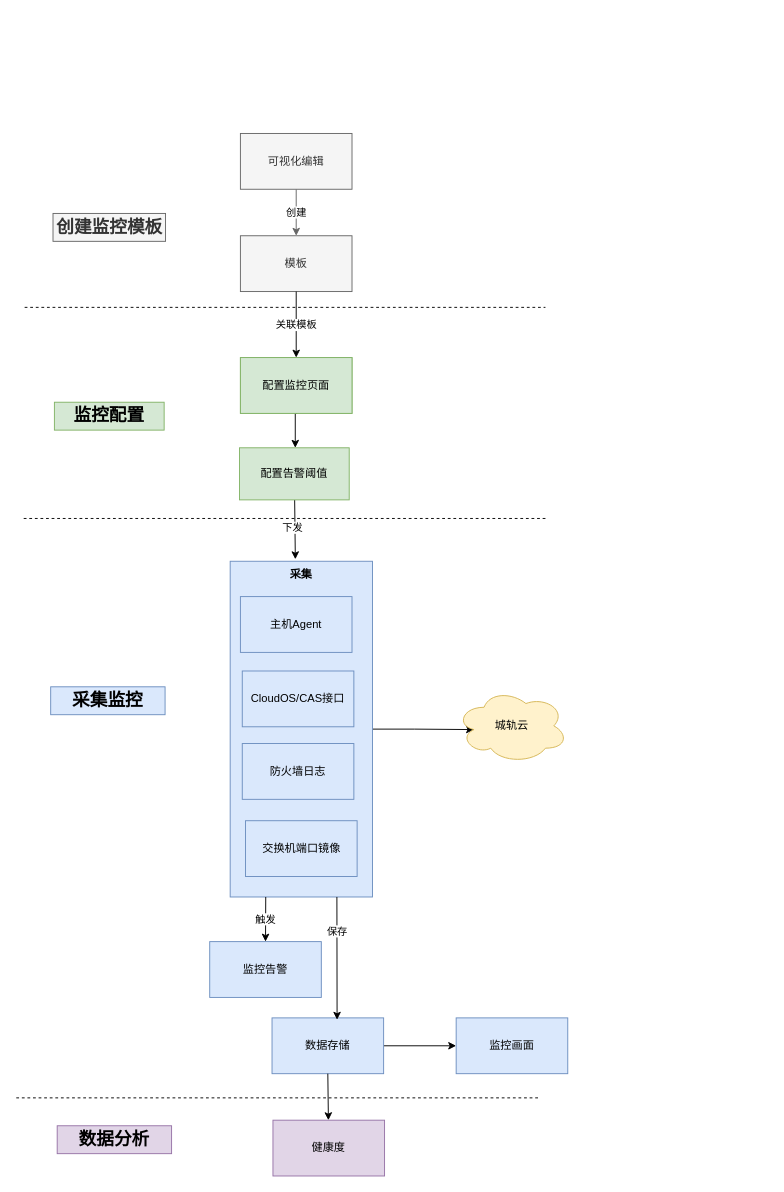
Earlier version of the draw.io diagram page "监控流程" (9 of 34) of biitt/资源编排.drawio (dengkefu/draw.io). Source tidied: cells renumbered, new cells numbered last; positions are measured from the earlier drawing's top-left corner, leaving out a move shared by most shapes. Both pictures are drawn from the tidied source at 93%, with x=0, y=0 at pixel (16, 133).
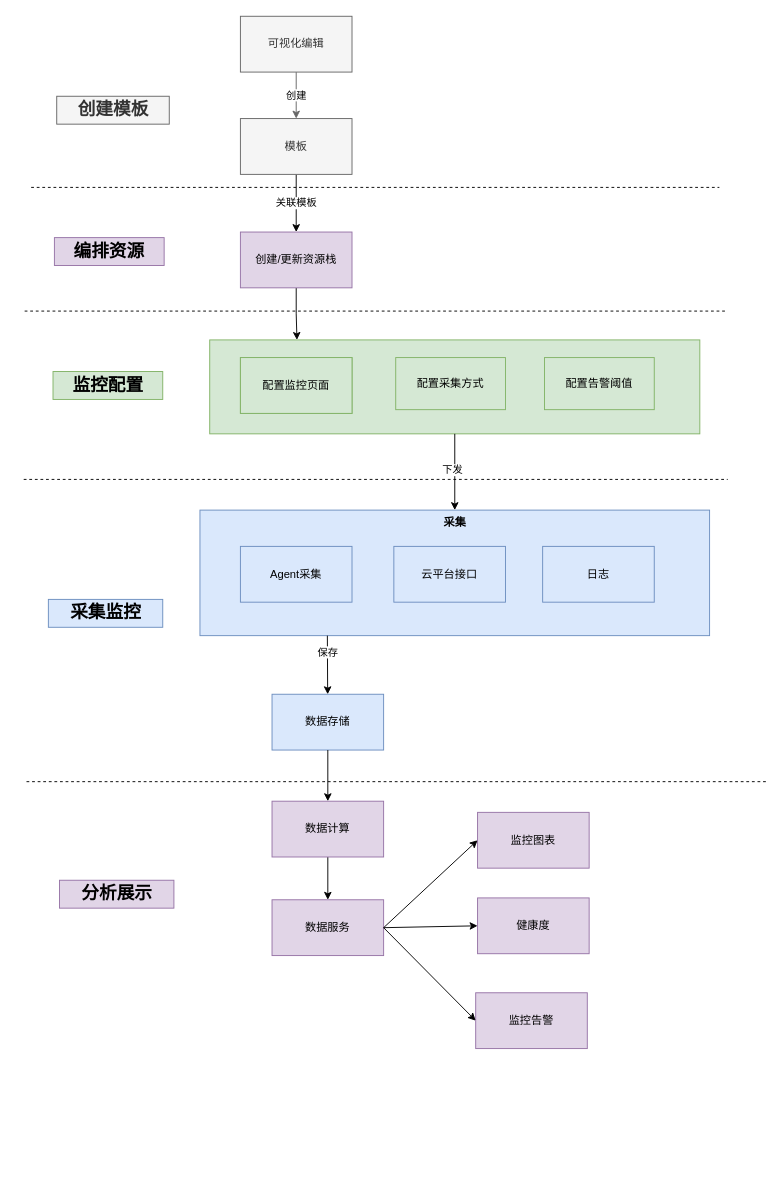
The same diagram, later.

Unchanged cells that the change refers to:
```xml
<mxCell id="9" value="配置执行参数" style="rounded=0;whiteSpace=wrap;html=1;fillColor=#d5e8d4;strokeColor=#82b366;" parent="1" vertex="1">
  <mxGeometry x="241" y="241" width="120" height="60" as="geometry" />
</mxCell>
```

What changed in the source:
```diff
@@
-    <mxCell id="2" style="edgeStyle=orthogonalEdgeStyle;rounded=0;jettySize=auto;html=1;entryX=0.16;entryY=0.55;entryDx=0;entryDy=0;entryPerimeter=0;" parent="1" edge="1" source="3" target="27">
-      <mxGeometry relative="1" as="geometry" />
-    </mxCell>
+    <mxCell id="34" style="rounded=0;whiteSpace=wrap;html=1;fillColor=#d5e8d4;strokeColor=#82b366;" parent="1" vertex="1">
+      <mxGeometry x="208" y="222" width="527" height="101" as="geometry" />
+    </mxCell>
     <mxCell id="3" value="采集" style="rounded=0;whiteSpace=wrap;html=1;verticalAlign=top;fontStyle=1;fillColor=#dae8fc;strokeColor=#6c8ebf;" parent="1" vertex="1">
-      <mxGeometry x="230" y="460" width="153" height="361" as="geometry" />
+      <mxGeometry x="197.5" y="405" width="548" height="135" as="geometry" />
     </mxCell>
-    <mxCell id="4" value="CloudOS/CAS接口" style="whiteSpace=wrap;html=1;rounded=0;fillColor=#dae8fc;strokeColor=#6c8ebf;" parent="1" vertex="1">
-      <mxGeometry x="243" y="578" width="120" height="60" as="geometry" />
+    <mxCell id="4" value="云平台接口" style="whiteSpace=wrap;html=1;rounded=0;fillColor=#dae8fc;strokeColor=#6c8ebf;" parent="1" vertex="1">
+      <mxGeometry x="406" y="444" width="120" height="60" as="geometry" />
     </mxCell>
+    <mxCell id="8" value="关联模板" style="edgeStyle=orthogonalEdgeStyle;rounded=0;jettySize=auto;html=1;strokeColor=#050505;entryX=0.5;entryY=0;entryDx=0;entryDy=0;" parent="1" edge="1" source="5" target="37">
+      <mxGeometry relative="1" as="geometry" />
+    </mxCell>
     <mxCell id="5" value="模板" style="whiteSpace=wrap;html=1;rounded=0;fillColor=#f5f5f5;strokeColor=#666666;fontColor=#333333;" parent="1" vertex="1">
-      <mxGeometry x="241" y="110" width="120" height="60" as="geometry" />
+      <mxGeometry x="241" y="-16" width="120" height="60" as="geometry" />
     </mxCell>
@@
     <mxCell id="7" value="可视化编辑" style="whiteSpace=wrap;html=1;rounded=0;fillColor=#f5f5f5;strokeColor=#666666;fontColor=#333333;" parent="1" vertex="1">
-      <mxGeometry x="241" width="120" height="60" as="geometry" />
+      <mxGeometry x="241" y="-126" width="120" height="60" as="geometry" />
     </mxCell>
-    <mxCell id="8" value="关联模板" style="edgeStyle=orthogonalEdgeStyle;rounded=0;jettySize=auto;html=1;exitX=0.5;exitY=1;exitDx=0;exitDy=0;" parent="1" edge="1" source="5" target="9">
-      <mxGeometry relative="1" as="geometry" />
-    </mxCell>
@@
-    <mxCell id="10" value="主机Agent" style="rounded=0;whiteSpace=wrap;html=1;fillColor=#dae8fc;strokeColor=#6c8ebf;" parent="1" vertex="1">
-      <mxGeometry x="241" y="498" width="120" height="60" as="geometry" />
+    <mxCell id="10" value="Agent采集" style="rounded=0;whiteSpace=wrap;html=1;fillColor=#dae8fc;strokeColor=#6c8ebf;" parent="1" vertex="1">
+      <mxGeometry x="241" y="444" width="120" height="60" as="geometry" />
     </mxCell>
-    <mxCell id="11" value="监控告警" style="whiteSpace=wrap;html=1;rounded=0;fillColor=#dae8fc;strokeColor=#6c8ebf;" parent="1" vertex="1">
-      <mxGeometry x="208" y="869" width="120" height="60" as="geometry" />
+    <mxCell id="11" value="监控告警" style="whiteSpace=wrap;html=1;rounded=0;fillColor=#e1d5e7;strokeColor=#9673a6;" parent="1" vertex="1">
+      <mxGeometry x="494" y="924" width="120" height="60" as="geometry" />
     </mxCell>
-    <mxCell id="12" value="下发" style="endArrow=classic;html=1;rounded=0;entryX=0.458;entryY=-0.006;entryDx=0;entryDy=0;entryPerimeter=0;" parent="1" edge="1" source="22" target="3">
+    <mxCell id="12" value="下发" style="endArrow=classic;html=1;rounded=0;entryX=0.5;entryY=0;entryDx=0;entryDy=0;exitX=0.5;exitY=1;exitDx=0;exitDy=0;" parent="1" edge="1" source="34" target="3">
       <mxGeometry x="-0.05" y="-3" relative="1" as="geometry" />
     </mxCell>
-    <mxCell id="13" value="创建监控模板" style="text;html=1;strokeColor=#666666;fillColor=#f5f5f5;align=center;verticalAlign=middle;whiteSpace=wrap;rounded=0;fontStyle=1;fontSize=19;fontColor=#333333;" parent="1" vertex="1">
-      <mxGeometry x="39.5" y="86" width="121" height="30" as="geometry" />
+    <mxCell id="13" value="创建模板" style="text;html=1;strokeColor=#666666;fillColor=#f5f5f5;align=center;verticalAlign=middle;whiteSpace=wrap;rounded=0;fontStyle=1;fontSize=19;fontColor=#333333;" parent="1" vertex="1">
+      <mxGeometry x="43.5" y="-40" width="121" height="30" as="geometry" />
     </mxCell>
     <mxCell id="14" style="endArrow=none;dashed=1;html=1;rounded=0;" parent="1" edge="1">
       <mxGeometry relative="1" as="geometry">
-        <mxPoint x="9" y="187" as="sourcePoint" />
-        <mxPoint x="569" y="187" as="targetPoint" />
+        <mxPoint x="9" y="191" as="sourcePoint" />
+        <mxPoint x="762" y="191" as="targetPoint" />
       </mxGeometry>
     </mxCell>
     <mxCell id="15" value="监控配置" style="text;html=1;strokeColor=#82b366;fillColor=#d5e8d4;align=center;verticalAlign=middle;whiteSpace=wrap;rounded=0;fontStyle=1;fontSize=19;" parent="1" vertex="1">
-      <mxGeometry x="41" y="289" width="118" height="30" as="geometry" />
+      <mxGeometry x="39.5" y="256" width="118" height="30" as="geometry" />
     </mxCell>
     <mxCell id="16" value="采集监控" style="text;html=1;strokeColor=#6c8ebf;fillColor=#dae8fc;align=center;verticalAlign=middle;whiteSpace=wrap;rounded=0;fontStyle=1;fontSize=19;" parent="1" vertex="1">
-      <mxGeometry x="37" y="595" width="123" height="30" as="geometry" />
+      <mxGeometry x="34.5" y="501" width="123" height="30" as="geometry" />
     </mxCell>
-    <mxCell id="17" style="edgeStyle=orthogonalEdgeStyle;rounded=0;jettySize=auto;html=1;" parent="1" edge="1" source="18" target="30">
+    <mxCell id="17" style="edgeStyle=orthogonalEdgeStyle;rounded=0;jettySize=auto;html=1;exitX=0.5;exitY=1;exitDx=0;exitDy=0;" parent="1" edge="1" source="25" target="30">
       <mxGeometry relative="1" as="geometry" />
     </mxCell>
     <mxCell id="18" value="数据存储" style="whiteSpace=wrap;html=1;rounded=0;fillColor=#dae8fc;strokeColor=#6c8ebf;" parent="1" vertex="1">
-      <mxGeometry x="275" y="951" width="120" height="60" as="geometry" />
+      <mxGeometry x="275" y="603" width="120" height="60" as="geometry" />
     </mxCell>
-    <mxCell id="19" value="防火墙日志" style="whiteSpace=wrap;html=1;rounded=0;fillColor=#dae8fc;strokeColor=#6c8ebf;" parent="1" vertex="1">
-      <mxGeometry x="243" y="656" width="120" height="60" as="geometry" />
-    </mxCell>
-    <mxCell id="20" style="edgeStyle=orthogonalEdgeStyle;rounded=0;orthogonalLoop=1;jettySize=auto;html=1;entryX=0.5;entryY=0;entryDx=0;entryDy=0;" parent="1" edge="1">
-      <mxGeometry relative="1" as="geometry">
-        <mxPoint x="302" y="301" as="sourcePoint" />
-        <mxPoint x="300" y="338" as="targetPoint" />
-      </mxGeometry>
-    </mxCell>
@@
     <mxCell id="22" value="配置告警阈值" style="rounded=0;whiteSpace=wrap;html=1;fillColor=#d5e8d4;strokeColor=#82b366;" parent="1" vertex="1">
-      <mxGeometry x="240" y="338" width="118" height="56" as="geometry" />
+      <mxGeometry x="568" y="241" width="118" height="56" as="geometry" />
     </mxCell>
-    <mxCell id="23" style="endArrow=classic;html=1;rounded=0;exitX=0.75;exitY=1;exitDx=0;exitDy=0;entryX=0.583;entryY=0.033;entryDx=0;entryDy=0;entryPerimeter=0;" parent="1" edge="1" source="3" target="18">
+    <mxCell id="23" style="endArrow=classic;html=1;rounded=0;exitX=0.25;exitY=1;exitDx=0;exitDy=0;" parent="1" edge="1" source="3" target="18">
       <mxGeometry relative="1" as="geometry" />
     </mxCell>
@@
-    <mxCell id="25" value="健康度" style="whiteSpace=wrap;html=1;rounded=0;fillColor=#e1d5e7;strokeColor=#9673a6;" parent="1" vertex="1">
-      <mxGeometry x="276" y="1061" width="120" height="60" as="geometry" />
+    <mxCell id="25" value="数据计算" style="whiteSpace=wrap;html=1;rounded=0;fillColor=#e1d5e7;strokeColor=#9673a6;" parent="1" vertex="1">
+      <mxGeometry x="275" y="718" width="120" height="60" as="geometry" />
     </mxCell>
-    <mxCell id="26" value="数据分析" style="text;html=1;strokeColor=#9673a6;fillColor=#e1d5e7;align=center;verticalAlign=middle;whiteSpace=wrap;rounded=0;fontStyle=1;fontSize=19;" parent="1" vertex="1">
-      <mxGeometry x="44" y="1067" width="123" height="30" as="geometry" />
+    <mxCell id="26" value="分析展示" style="text;html=1;strokeColor=#9673a6;fillColor=#e1d5e7;align=center;verticalAlign=middle;whiteSpace=wrap;rounded=0;fontStyle=1;fontSize=19;" parent="1" vertex="1">
+      <mxGeometry x="46.5" y="803" width="123" height="30" as="geometry" />
     </mxCell>
-    <mxCell id="27" value="城轨云" style="ellipse;shape=cloud;whiteSpace=wrap;html=1;fillColor=#fff2cc;strokeColor=#d6b656;" parent="1" vertex="1">
-      <mxGeometry x="473" y="597" width="120" height="80" as="geometry" />
-    </mxCell>
     <mxCell id="28" style="endArrow=none;dashed=1;html=1;rounded=0;" parent="1" edge="1">
       <mxGeometry relative="1" as="geometry">
-        <mxPoint y="1037" as="sourcePoint" />
-        <mxPoint x="561" y="1037" as="targetPoint" />
+        <mxPoint x="11" y="697" as="sourcePoint" />
+        <mxPoint x="807" y="697" as="targetPoint" />
       </mxGeometry>
     </mxCell>
     <mxCell id="29" style="endArrow=none;dashed=1;html=1;rounded=0;" parent="1" edge="1">
       <mxGeometry relative="1" as="geometry">
-        <mxPoint x="8" y="414" as="sourcePoint" />
-        <mxPoint x="569" y="414" as="targetPoint" />
+        <mxPoint x="8" y="372" as="sourcePoint" />
+        <mxPoint x="765" y="372" as="targetPoint" />
       </mxGeometry>
     </mxCell>
-    <mxCell id="30" value="监控画面" style="whiteSpace=wrap;html=1;fillColor=#dae8fc;strokeColor=#6c8ebf;rounded=0;" parent="1" vertex="1">
-      <mxGeometry x="473" y="951" width="120" height="60" as="geometry" />
+    <mxCell id="30" value="数据服务" style="whiteSpace=wrap;html=1;fillColor=#e1d5e7;strokeColor=#9673a6;rounded=0;" parent="1" vertex="1">
+      <mxGeometry x="275" y="824" width="120" height="60" as="geometry" />
     </mxCell>
-    <mxCell id="31" value="交换机端口镜像" style="whiteSpace=wrap;html=1;rounded=0;fillColor=#dae8fc;strokeColor=#6c8ebf;" parent="1" vertex="1">
-      <mxGeometry x="246.5" y="739" width="120" height="60" as="geometry" />
-    </mxCell>
@@
-    <mxCell id="33" value="触发" style="endArrow=classic;html=1;rounded=0;exitX=0.25;exitY=1;exitDx=0;exitDy=0;entryX=0.5;entryY=0;entryDx=0;entryDy=0;" parent="1" edge="1" source="3" target="11">
-      <mxGeometry relative="1" as="geometry" />
-    </mxCell>
+    <mxCell id="35" value="日志" style="whiteSpace=wrap;html=1;rounded=0;fillColor=#dae8fc;strokeColor=#6c8ebf;" parent="1" vertex="1">
+      <mxGeometry x="566" y="444" width="120" height="60" as="geometry" />
+    </mxCell>
+    <mxCell id="36" style="edgeStyle=orthogonalEdgeStyle;rounded=0;jettySize=auto;html=1;strokeColor=#050505;entryX=0.178;entryY=0;entryDx=0;entryDy=0;entryPerimeter=0;" parent="1" edge="1" source="37" target="34">
+      <mxGeometry relative="1" as="geometry" />
+    </mxCell>
+    <mxCell id="37" value="创建/更新资源栈" style="rounded=0;whiteSpace=wrap;html=1;fillColor=#e1d5e7;strokeColor=#9673a6;" parent="1" vertex="1">
+      <mxGeometry x="241" y="106" width="120" height="60" as="geometry" />
+    </mxCell>
+    <mxCell id="38" value="编排资源" style="text;html=1;strokeColor=#9673a6;fillColor=#e1d5e7;align=center;verticalAlign=middle;whiteSpace=wrap;rounded=0;fontStyle=1;fontSize=19;" parent="1" vertex="1">
+      <mxGeometry x="41" y="112" width="118" height="30" as="geometry" />
+    </mxCell>
+    <mxCell id="39" style="endArrow=none;dashed=1;html=1;rounded=0;" parent="1" edge="1">
+      <mxGeometry relative="1" as="geometry">
+        <mxPoint x="16" y="58" as="sourcePoint" />
+        <mxPoint x="756" y="58" as="targetPoint" />
+      </mxGeometry>
+    </mxCell>
+    <mxCell id="40" value="健康度" style="whiteSpace=wrap;html=1;fillColor=#e1d5e7;strokeColor=#9673a6;rounded=0;" parent="1" vertex="1">
+      <mxGeometry x="496" y="822" width="120" height="60" as="geometry" />
+    </mxCell>
+    <mxCell id="41" value="监控图表" style="whiteSpace=wrap;html=1;fillColor=#e1d5e7;strokeColor=#9673a6;rounded=0;" parent="1" vertex="1">
+      <mxGeometry x="496" y="730" width="120" height="60" as="geometry" />
+    </mxCell>
+    <mxCell id="42" style="endArrow=classic;html=1;rounded=0;exitX=1;exitY=0.5;exitDx=0;exitDy=0;entryX=0;entryY=0.5;entryDx=0;entryDy=0;" parent="1" edge="1" source="30" target="41">
+      <mxGeometry relative="1" as="geometry" />
+    </mxCell>
+    <mxCell id="43" style="endArrow=classic;html=1;rounded=0;exitX=1;exitY=0.5;exitDx=0;exitDy=0;entryX=0;entryY=0.5;entryDx=0;entryDy=0;" parent="1" edge="1" source="30" target="40">
+      <mxGeometry relative="1" as="geometry" />
+    </mxCell>
+    <mxCell id="44" style="endArrow=classic;html=1;rounded=0;exitX=1;exitY=0.5;exitDx=0;exitDy=0;entryX=0;entryY=0.5;entryDx=0;entryDy=0;" parent="1" edge="1" source="30" target="11">
+      <mxGeometry relative="1" as="geometry" />
+    </mxCell>
+    <mxCell id="45" value="配置采集方式" style="rounded=0;whiteSpace=wrap;html=1;fillColor=#d5e8d4;strokeColor=#82b366;" parent="1" vertex="1">
+      <mxGeometry x="408" y="241" width="118" height="56" as="geometry" />
+    </mxCell>
```
